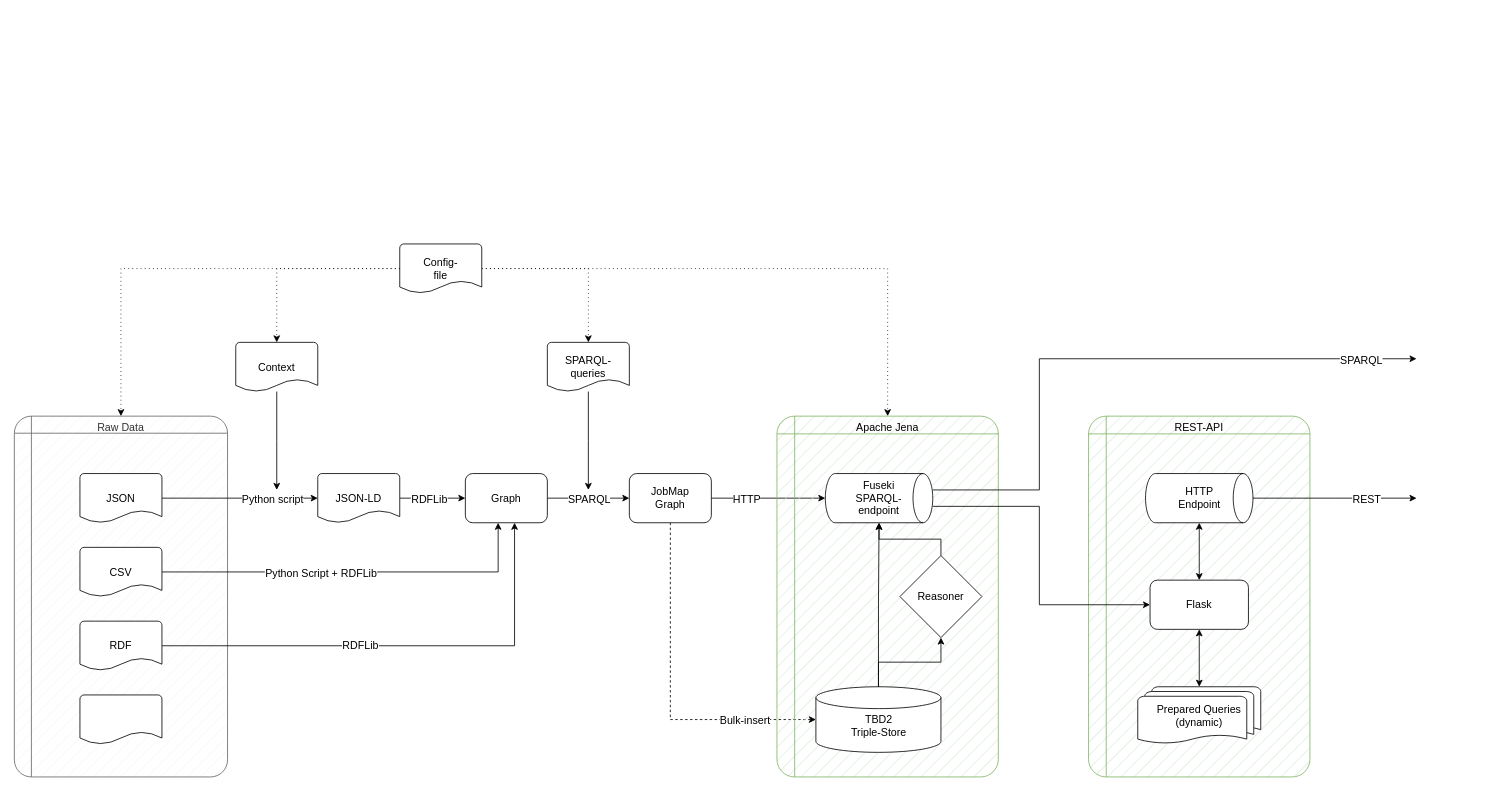
The draw.io diagram page "Pagina-1" (1 of 3) of docs/job_prototype.drawio in CWTSLeiden/Journal-Observatory-data, before the edit. Source tidied: cells renumbered, new cells numbered last; positions are measured from the earlier drawing's top-left corner, leaving out a move shared by most shapes. Both pictures are drawn from the tidied source at 82%, with x=0, y=0 at pixel (14, 244).
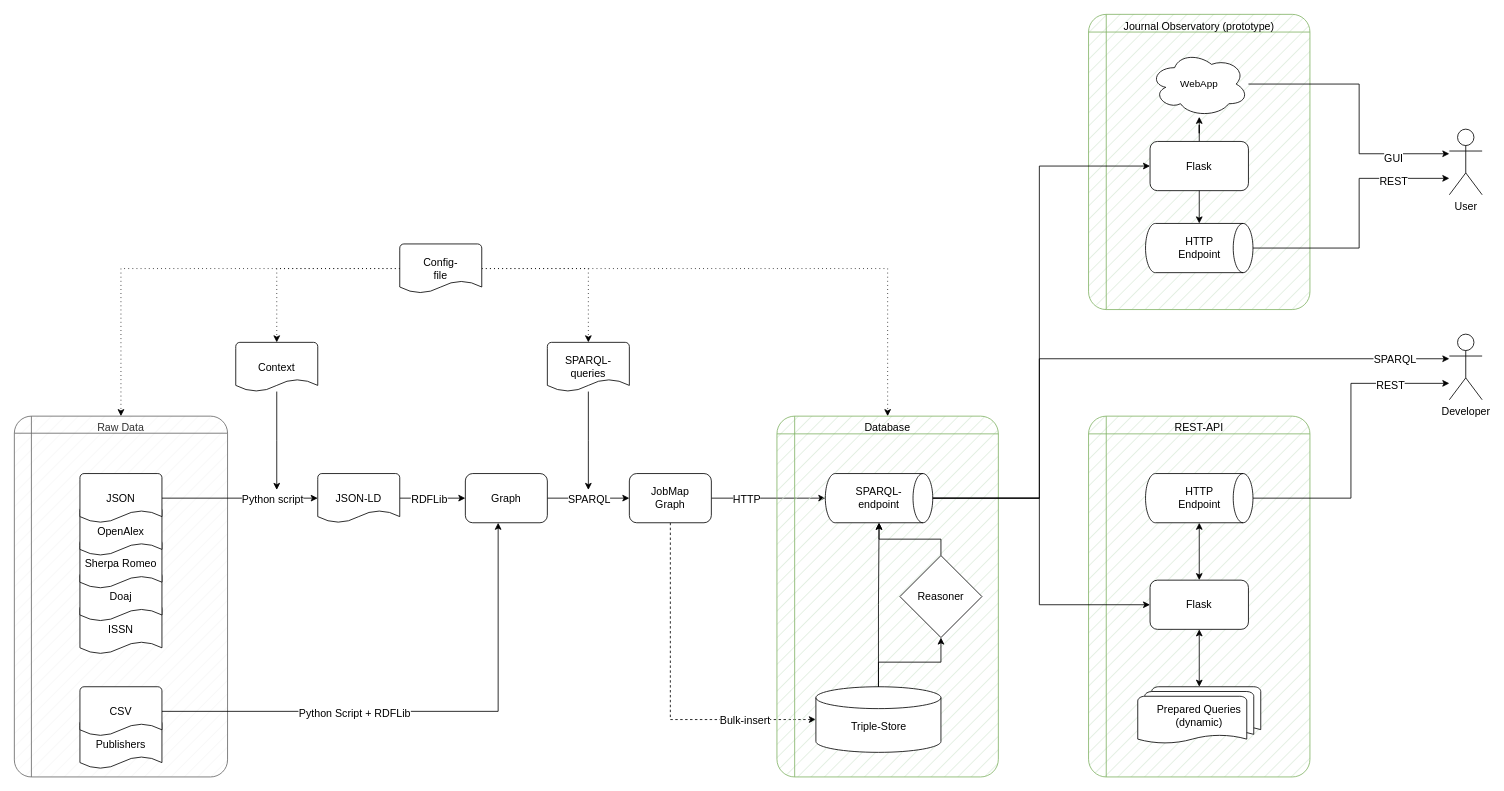
Above is the later version.

Unchanged cells that the change refers to:
```xml
<mxCell id="13" value="Graph" style="rounded=1;whiteSpace=wrap;html=1;fontFamily=Helvetica;fontSize=13;strokeWidth=1;fontStyle=0;" parent="1" vertex="1">
  <mxGeometry x="550" y="280" width="100" height="60" as="geometry" />
</mxCell>
<mxCell id="26" style="group;fontSize=13;fontStyle=0;" parent="1" vertex="1">
  <mxGeometry x="930" y="210" width="270" height="440" as="geometry" />
</mxCell>
<mxCell id="46" value="HTTP&lt;br style=&quot;font-size: 13px;&quot;&gt;Endpoint" style="strokeWidth=1;html=1;shape=mxgraph.flowchart.direct_data;whiteSpace=wrap;fontFamily=Helvetica;fontSize=13;fillColor=default;fontStyle=0;" parent="1" vertex="1">
  <mxGeometry x="1379.5" y="280" width="131" height="60" as="geometry" />
</mxCell>
<mxCell id="50" value="Flask" style="rounded=1;whiteSpace=wrap;html=1;fillStyle=auto;fontFamily=Helvetica;fontSize=13;strokeWidth=1;fontStyle=0;" parent="1" vertex="1">
  <mxGeometry x="1385" y="410" width="120" height="60" as="geometry" />
</mxCell>
```

The edit, as a diff of the source:
```diff
@@
+    <mxCell id="52" value="Publishers" style="strokeWidth=1;html=1;shape=mxgraph.flowchart.document2;whiteSpace=wrap;size=0.25;fontFamily=Helvetica;fontSize=13;fontStyle=0;" parent="1" vertex="1">
+      <mxGeometry x="80" y="580" width="100" height="60" as="geometry" />
+    </mxCell>
@@
-    <mxCell id="5" value="JSON" style="strokeWidth=1;html=1;shape=mxgraph.flowchart.document2;whiteSpace=wrap;size=0.25;fontFamily=Helvetica;fontSize=13;fontStyle=0;" parent="1" vertex="1">
-      <mxGeometry x="80" y="280" width="100" height="60" as="geometry" />
-    </mxCell>
@@
-    <mxCell id="27" value="&lt;div style=&quot;font-size: 13px;&quot;&gt;&lt;span style=&quot;background-color: initial; font-size: 13px;&quot;&gt;Apache Jena&lt;/span&gt;&lt;/div&gt;" style="shape=internalStorage;whiteSpace=wrap;html=1;dx=15;dy=15;rounded=1;arcSize=8;strokeWidth=1;fontFamily=Helvetica;fontSize=13;align=center;verticalAlign=top;fillColor=#d5e8d4;fillStyle=hatch;strokeColor=#82b366;fontStyle=0;" parent="26" vertex="1">
+    <mxCell id="27" value="&lt;div style=&quot;font-size: 13px;&quot;&gt;&lt;span style=&quot;background-color: initial; font-size: 13px;&quot;&gt;Database&lt;/span&gt;&lt;/div&gt;" style="shape=internalStorage;whiteSpace=wrap;html=1;dx=15;dy=15;rounded=1;arcSize=8;strokeWidth=1;fontFamily=Helvetica;fontSize=13;align=center;verticalAlign=top;fillColor=#d5e8d4;fillStyle=hatch;strokeColor=#82b366;fontStyle=0;" parent="26" vertex="1">
       <mxGeometry width="270" height="440" as="geometry" />
     </mxCell>
-    <mxCell id="28" value="&lt;br style=&quot;font-size: 13px;&quot;&gt;TBD2&lt;br style=&quot;font-size: 13px;&quot;&gt;Triple-Store" style="strokeWidth=1;html=1;shape=mxgraph.flowchart.database;whiteSpace=wrap;fontFamily=Helvetica;fontSize=13;fontStyle=0;" parent="26" vertex="1">
+    <mxCell id="28" value="&lt;br style=&quot;font-size: 13px;&quot;&gt;Triple-Store" style="strokeWidth=1;html=1;shape=mxgraph.flowchart.database;whiteSpace=wrap;fontFamily=Helvetica;fontSize=13;fontStyle=0;" parent="26" vertex="1">
       <mxGeometry x="47.5" y="330" width="152.5" height="80" as="geometry" />
     </mxCell>
-    <mxCell id="29" value="Fuseki&lt;br style=&quot;font-size: 13px;&quot;&gt;SPARQL-&lt;br style=&quot;font-size: 13px;&quot;&gt;endpoint" style="strokeWidth=1;html=1;shape=mxgraph.flowchart.direct_data;whiteSpace=wrap;fontFamily=Helvetica;fontSize=13;fillColor=default;fontStyle=0;" parent="26" vertex="1">
+    <mxCell id="29" value="SPARQL-&lt;br style=&quot;font-size: 13px;&quot;&gt;endpoint" style="strokeWidth=1;html=1;shape=mxgraph.flowchart.direct_data;whiteSpace=wrap;fontFamily=Helvetica;fontSize=13;fillColor=default;fontStyle=0;" parent="26" vertex="1">
       <mxGeometry x="59" y="70" width="131" height="60" as="geometry" />
     </mxCell>
@@
     <mxCell id="34" style="edgeStyle=orthogonalEdgeStyle;rounded=0;jettySize=auto;html=1;fontFamily=Helvetica;fontSize=13;fontStyle=0;" parent="1" edge="1" source="36" target="13">
       <mxGeometry relative="1" as="geometry">
         <Array as="points">
-          <mxPoint x="590" y="400" />
+          <mxPoint x="590" y="570" />
         </Array>
       </mxGeometry>
     </mxCell>
@@
     <mxCell id="36" value="CSV" style="strokeWidth=1;html=1;shape=mxgraph.flowchart.document2;whiteSpace=wrap;size=0.25;fontFamily=Helvetica;fontSize=13;fontStyle=0;" parent="1" vertex="1">
-      <mxGeometry x="80" y="370" width="100" height="60" as="geometry" />
+      <mxGeometry x="80" y="540" width="100" height="60" as="geometry" />
     </mxCell>
-    <mxCell id="37" style="edgeStyle=orthogonalEdgeStyle;rounded=0;jettySize=auto;html=1;fontFamily=Helvetica;fontSize=13;fontStyle=0;" parent="1" edge="1" source="39" target="13">
-      <mxGeometry relative="1" as="geometry">
-        <Array as="points">
-          <mxPoint x="610" y="490" />
-        </Array>
-      </mxGeometry>
-    </mxCell>
-    <mxCell id="38" value="RDFLib" style="edgeLabel;html=1;align=center;verticalAlign=middle;fontSize=13;fontFamily=Helvetica;fontStyle=0;" parent="37" vertex="1">
-      <mxGeometry x="-0.38" y="1" relative="1" as="geometry">
-        <mxPoint x="61" as="offset" />
-      </mxGeometry>
-    </mxCell>
-    <mxCell id="39" value="RDF" style="strokeWidth=1;html=1;shape=mxgraph.flowchart.document2;whiteSpace=wrap;size=0.25;fontFamily=Helvetica;fontSize=13;fontStyle=0;" parent="1" vertex="1">
-      <mxGeometry x="80" y="460" width="100" height="60" as="geometry" />
-    </mxCell>
-    <mxCell id="40" style="strokeWidth=1;html=1;shape=mxgraph.flowchart.document2;whiteSpace=wrap;size=0.25;fontFamily=Helvetica;fontSize=13;fontStyle=0;" parent="1" vertex="1">
-      <mxGeometry x="80" y="550" width="100" height="60" as="geometry" />
-    </mxCell>
-    <mxCell id="41" style="edgeStyle=orthogonalEdgeStyle;rounded=0;jettySize=auto;html=1;fontFamily=Helvetica;fontSize=13;fontStyle=0;" parent="1" edge="1" source="29">
-      <mxGeometry relative="1" as="geometry">
-        <mxPoint x="1710" y="140" as="targetPoint" />
-        <Array as="points">
-          <mxPoint x="1250" y="300" />
-          <mxPoint x="1250" y="140" />
-        </Array>
-      </mxGeometry>
-    </mxCell>
-    <mxCell id="42" value="SPARQL" style="edgeLabel;html=1;align=right;verticalAlign=middle;fontSize=13;fontFamily=Helvetica;fontStyle=0;" parent="41" vertex="1">
-      <mxGeometry x="0.73" y="-1" relative="1" as="geometry">
-        <mxPoint x="60" as="offset" />
-      </mxGeometry>
-    </mxCell>
@@
-    <mxCell id="44" style="edgeStyle=orthogonalEdgeStyle;rounded=0;jettySize=auto;html=1;fontFamily=Helvetica;fontSize=13;fontStyle=0;" parent="1" edge="1" source="46">
+    <mxCell id="44" style="edgeStyle=orthogonalEdgeStyle;rounded=0;jettySize=auto;html=1;fontFamily=Helvetica;fontSize=13;fontStyle=0;" parent="1" edge="1" source="46" target="65">
       <mxGeometry relative="1" as="geometry">
-        <mxPoint x="1710" y="310" as="targetPoint" />
+        <Array as="points">
+          <mxPoint x="1630" y="310" />
+          <mxPoint x="1630" y="170" />
+        </Array>
       </mxGeometry>
     </mxCell>
@@
     <mxCell id="51" style="edgeStyle=orthogonalEdgeStyle;rounded=0;jettySize=auto;html=1;fontFamily=Helvetica;fontSize=13;fontStyle=0;" parent="1" edge="1" source="29" target="50">
       <mxGeometry relative="1" as="geometry">
         <Array as="points">
-          <mxPoint x="1250" y="320" />
+          <mxPoint x="1250" y="310" />
           <mxPoint x="1250" y="440" />
         </Array>
       </mxGeometry>
     </mxCell>
+    <mxCell id="53" value="ISSN" style="strokeWidth=1;html=1;shape=mxgraph.flowchart.document2;whiteSpace=wrap;size=0.25;fontFamily=Helvetica;fontSize=13;fontStyle=0;" parent="1" vertex="1">
+      <mxGeometry x="80" y="440" width="100" height="60" as="geometry" />
+    </mxCell>
+    <mxCell id="54" value="Doaj" style="strokeWidth=1;html=1;shape=mxgraph.flowchart.document2;whiteSpace=wrap;size=0.25;fontFamily=Helvetica;fontSize=13;fontStyle=0;" parent="1" vertex="1">
+      <mxGeometry x="80" y="400" width="100" height="60" as="geometry" />
+    </mxCell>
+    <mxCell id="55" value="Sherpa Romeo" style="strokeWidth=1;html=1;shape=mxgraph.flowchart.document2;whiteSpace=wrap;size=0.25;fontFamily=Helvetica;fontSize=13;fontStyle=0;" parent="1" vertex="1">
+      <mxGeometry x="80" y="360" width="100" height="60" as="geometry" />
+    </mxCell>
+    <mxCell id="56" value="OpenAlex" style="strokeWidth=1;html=1;shape=mxgraph.flowchart.document2;whiteSpace=wrap;size=0.25;fontFamily=Helvetica;fontSize=13;fontStyle=0;" parent="1" vertex="1">
+      <mxGeometry x="80" y="320" width="100" height="60" as="geometry" />
+    </mxCell>
+    <mxCell id="5" value="JSON" style="strokeWidth=1;html=1;shape=mxgraph.flowchart.document2;whiteSpace=wrap;size=0.25;fontFamily=Helvetica;fontSize=13;fontStyle=0;" parent="1" vertex="1">
+      <mxGeometry x="80" y="280" width="100" height="60" as="geometry" />
+    </mxCell>
+    <mxCell id="57" style="group;" parent="1" vertex="1">
+      <mxGeometry x="1310" y="-280" width="270" height="360" as="geometry" />
+    </mxCell>
+    <mxCell id="58" value="&lt;div style=&quot;font-size: 13px;&quot;&gt;&lt;span style=&quot;background-color: initial; font-size: 13px;&quot;&gt;Journal Observatory (prototype)&lt;/span&gt;&lt;/div&gt;" style="shape=internalStorage;whiteSpace=wrap;html=1;dx=15;dy=15;rounded=1;arcSize=8;strokeWidth=1;fontFamily=Helvetica;fontSize=13;align=center;verticalAlign=top;fillColor=#d5e8d4;fillStyle=hatch;strokeColor=#82b366;fontStyle=0;" parent="57" vertex="1">
+      <mxGeometry width="270" height="360" as="geometry" />
+    </mxCell>
+    <mxCell id="59" style="edgeStyle=orthogonalEdgeStyle;rounded=0;jettySize=auto;html=1;" parent="57" edge="1" source="60" target="63">
+      <mxGeometry relative="1" as="geometry" />
+    </mxCell>
+    <mxCell id="60" value="Flask" style="rounded=1;whiteSpace=wrap;html=1;fillStyle=auto;fontFamily=Helvetica;fontSize=13;strokeWidth=1;fontStyle=0;" parent="57" vertex="1">
+      <mxGeometry x="75" y="155" width="120" height="60" as="geometry" />
+    </mxCell>
+    <mxCell id="61" value="HTTP&lt;br style=&quot;font-size: 13px;&quot;&gt;Endpoint" style="strokeWidth=1;html=1;shape=mxgraph.flowchart.direct_data;whiteSpace=wrap;fontFamily=Helvetica;fontSize=13;fillColor=default;fontStyle=0;" parent="57" vertex="1">
+      <mxGeometry x="69.5" y="255" width="131" height="60" as="geometry" />
+    </mxCell>
+    <mxCell id="62" style="edgeStyle=orthogonalEdgeStyle;rounded=0;jettySize=auto;html=1;" parent="57" edge="1" source="60" target="61">
+      <mxGeometry relative="1" as="geometry" />
+    </mxCell>
+    <mxCell id="63" value="WebApp" style="ellipse;shape=cloud;whiteSpace=wrap;html=1;" parent="57" vertex="1">
+      <mxGeometry x="75" y="45" width="120" height="80" as="geometry" />
+    </mxCell>
+    <mxCell id="64" value="User" style="shape=umlActor;verticalLabelPosition=bottom;verticalAlign=top;html=1;outlineConnect=0;fontSize=13;" parent="1" vertex="1">
+      <mxGeometry x="1750" y="-140" width="40" height="80" as="geometry" />
+    </mxCell>
+    <mxCell id="65" value="Developer" style="shape=umlActor;verticalLabelPosition=bottom;verticalAlign=top;html=1;outlineConnect=0;fontSize=13;" parent="1" vertex="1">
+      <mxGeometry x="1750" y="110" width="40" height="80" as="geometry" />
+    </mxCell>
+    <mxCell id="66" style="edgeStyle=orthogonalEdgeStyle;rounded=0;jettySize=auto;html=1;" parent="1" edge="1" source="29" target="60">
+      <mxGeometry relative="1" as="geometry">
+        <Array as="points">
+          <mxPoint x="1250" y="310" />
+          <mxPoint x="1250" y="-95" />
+        </Array>
+      </mxGeometry>
+    </mxCell>
+    <mxCell id="41" style="edgeStyle=orthogonalEdgeStyle;rounded=0;jettySize=auto;html=1;fontFamily=Helvetica;fontSize=13;fontStyle=0;" parent="1" edge="1" source="29" target="65">
+      <mxGeometry relative="1" as="geometry">
+        <Array as="points">
+          <mxPoint x="1250" y="310" />
+          <mxPoint x="1250" y="140" />
+        </Array>
+      </mxGeometry>
+    </mxCell>
+    <mxCell id="42" value="SPARQL" style="edgeLabel;html=1;align=right;verticalAlign=middle;fontSize=13;fontFamily=Helvetica;fontStyle=0;" parent="1" vertex="1">
+      <mxGeometry x="1690" y="140" as="geometry">
+        <mxPoint x="20" as="offset" />
+      </mxGeometry>
+    </mxCell>
+    <mxCell id="67" style="edgeStyle=orthogonalEdgeStyle;rounded=0;jettySize=auto;html=1;" parent="1" edge="1" source="61" target="64">
+      <mxGeometry relative="1" as="geometry">
+        <Array as="points">
+          <mxPoint x="1640" y="5" />
+          <mxPoint x="1640" y="-80" />
+        </Array>
+      </mxGeometry>
+    </mxCell>
+    <mxCell id="68" value="REST" style="edgeLabel;html=1;align=center;verticalAlign=middle;fontSize=13;" parent="67" vertex="1">
+      <mxGeometry x="0.58" y="-2" relative="1" as="geometry" />
+    </mxCell>
+    <mxCell id="69" style="edgeStyle=orthogonalEdgeStyle;rounded=0;jettySize=auto;html=1;" parent="1" edge="1" source="63" target="64">
+      <mxGeometry relative="1" as="geometry">
+        <Array as="points">
+          <mxPoint x="1640" y="-195" />
+          <mxPoint x="1640" y="-110" />
+        </Array>
+      </mxGeometry>
+    </mxCell>
+    <mxCell id="70" value="GUI" style="edgeLabel;html=1;align=center;verticalAlign=middle;fontSize=13;" parent="69" vertex="1">
+      <mxGeometry x="0.55" y="-4" relative="1" as="geometry">
+        <mxPoint x="5" as="offset" />
+      </mxGeometry>
+    </mxCell>
```
